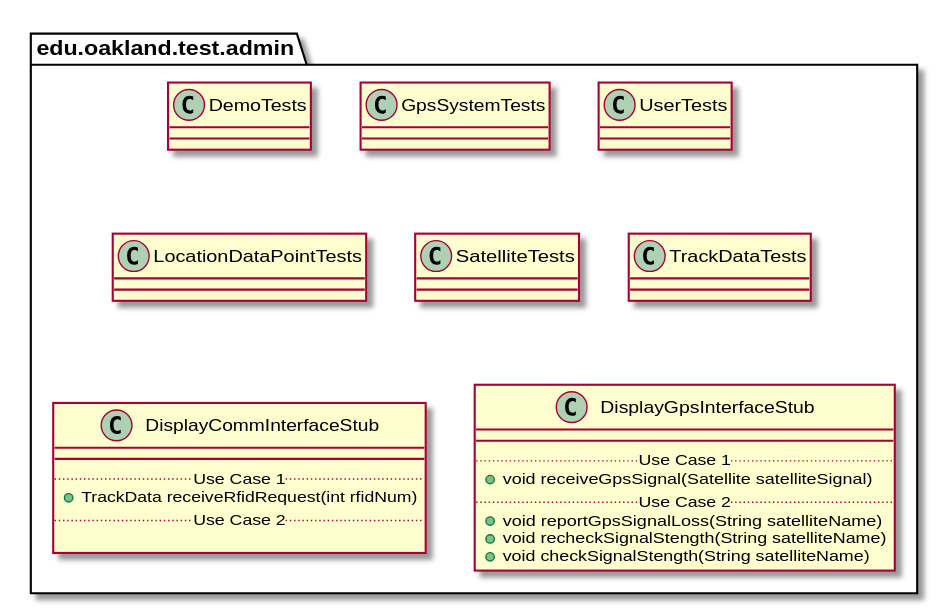
andrewdimmer/csi-3370-software-project keeps this PlantUML diagram as docs/uml-class-diagrams/admin/test/AdminTestPackage.svg. Above is the earlier version.
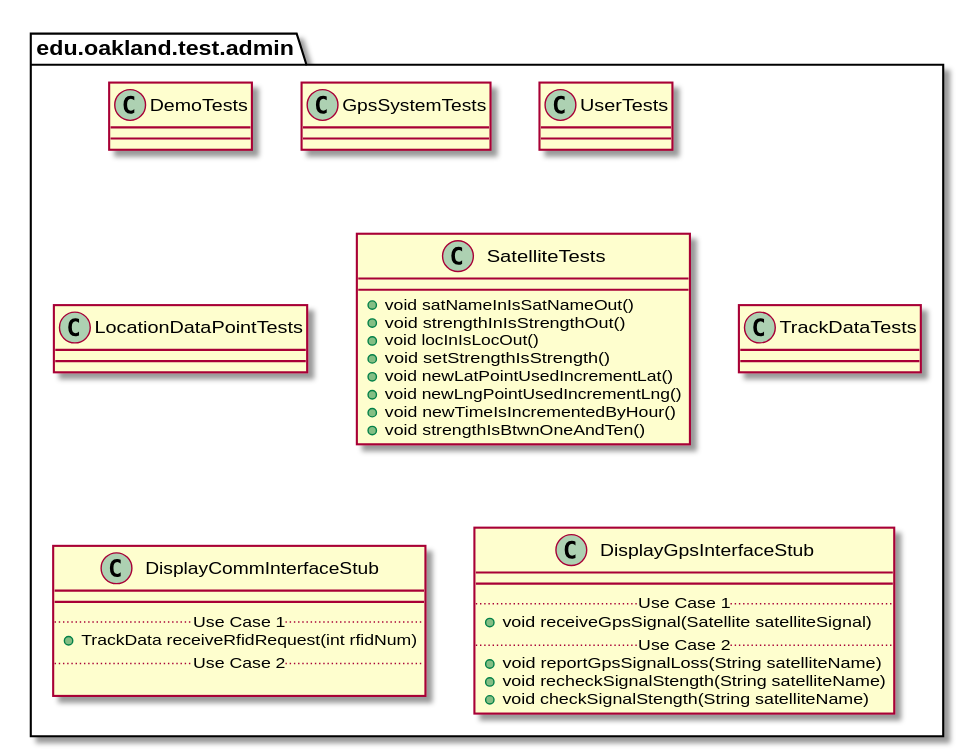
Later version of the same file.

The edit, as a diff of the source:
```diff
@@ -35,7 +35,14 @@
 
 package edu.oakland.test.admin {
     class SatelliteTests {
-
+       + void satNameInIsSatNameOut()
+       + void strengthInIsStrengthOut()
+       + void locInIsLocOut()
+       + void setStrengthIsStrength()
+       + void newLatPointUsedIncrementLat()
+       + void newLngPointUsedIncrementLng()
+       + void newTimeIsIncrementedByHour()
+       + void strengthIsBtwnOneAndTen()
     }
 }
 
```
